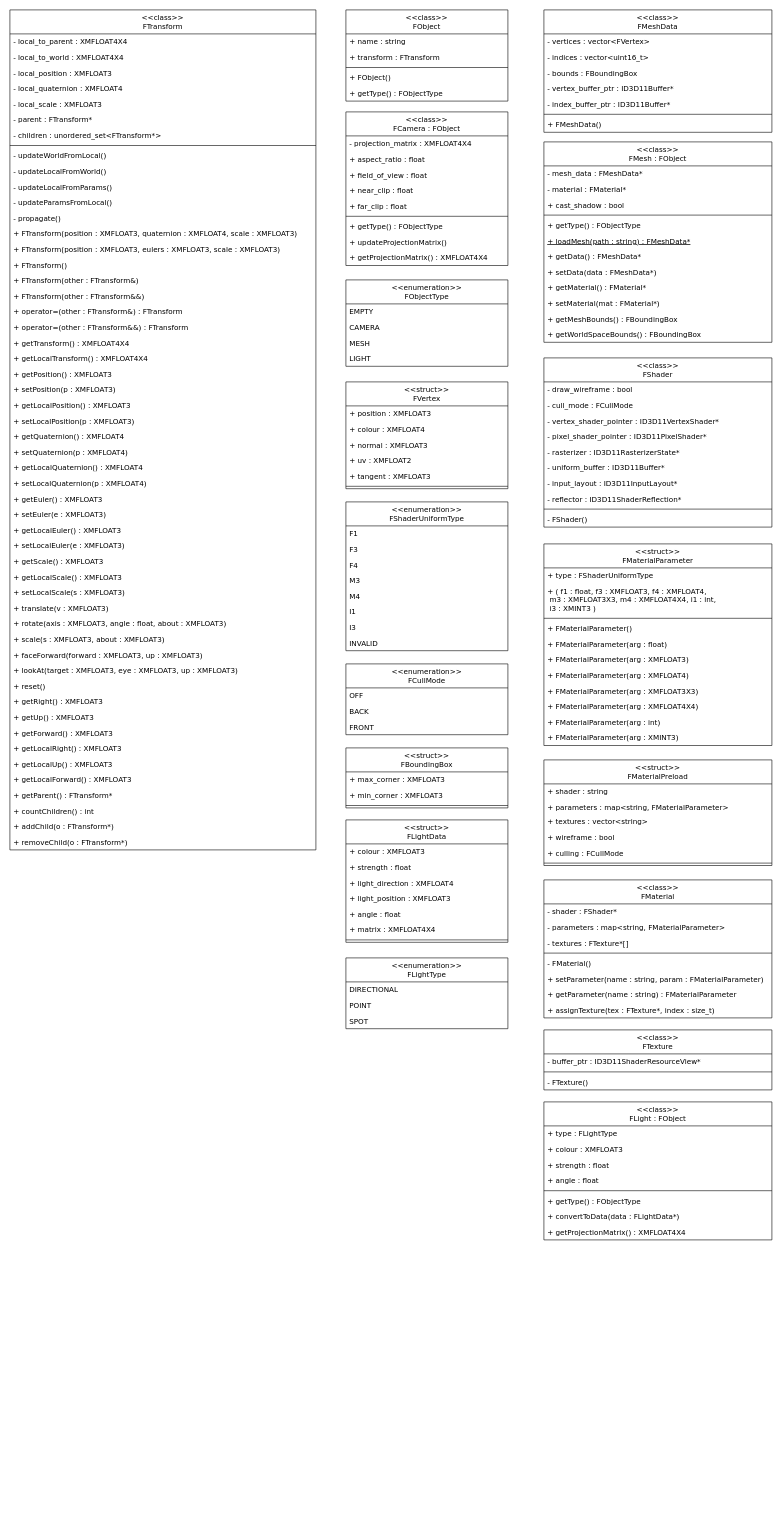
The draw.io diagram UML.drawio in oculometric/framework-renderer, before the edit. Source tidied: cells renumbered, new cells numbered last; positions are measured from the earlier drawing's top-left corner, leaving out a move shared by most shapes. Both pictures are drawn from the tidied source at 60%, with x=0, y=0 at pixel (10, 10).
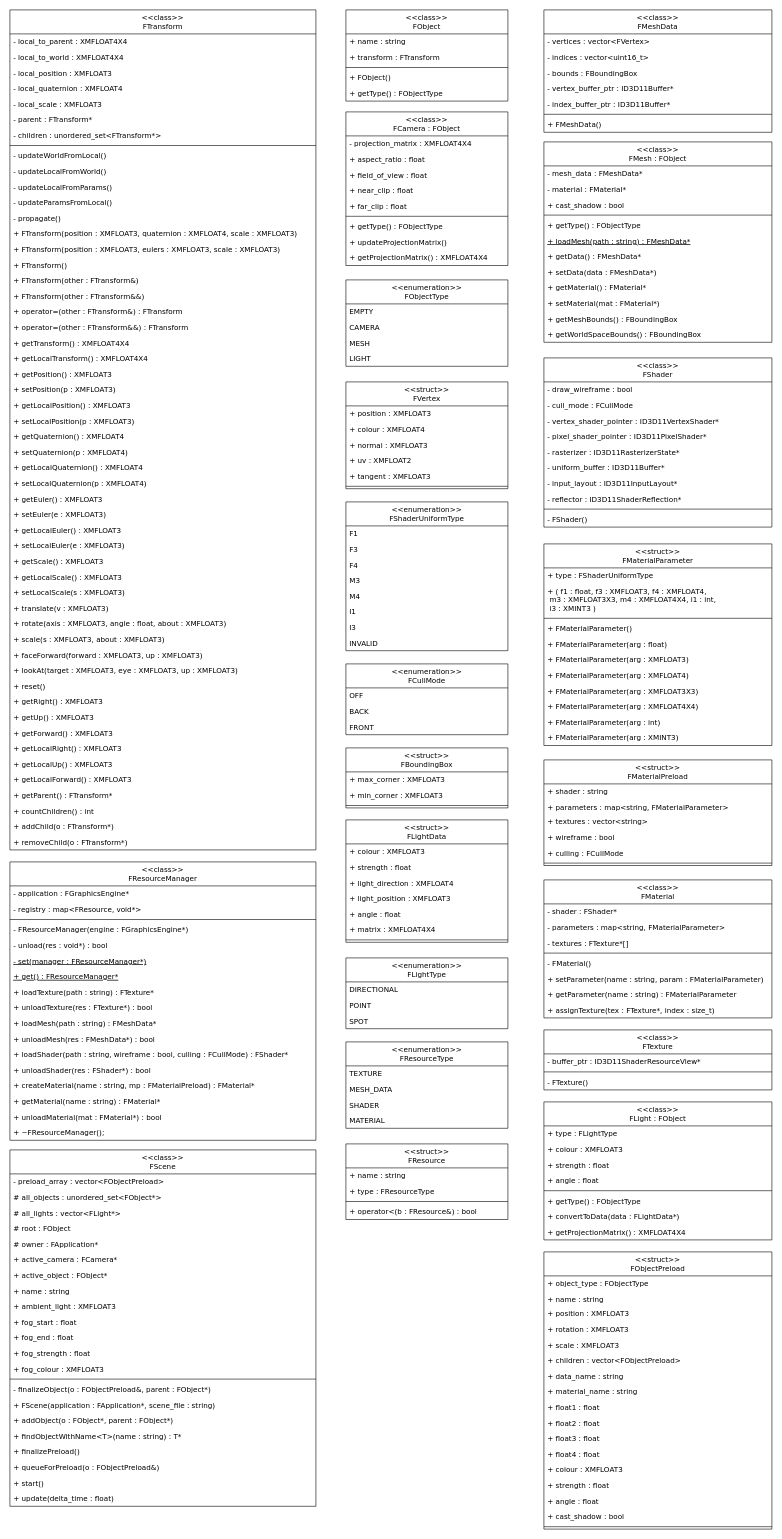
Above is the later version.

Commit message (it also covers changes not shown here):
more work on class diagram

Diff of the diagram source:
```diff
@@
+    <mxCell id="186" value="&lt;&lt;enumeration&gt;&gt;&#10;FResourceType" style="swimlane;fontStyle=0;align=center;verticalAlign=top;horizontal=1;startSize=40;rounded=0;shadow=0;strokeWidth=1;fontFamily=Verdana;" parent="1" vertex="1">
+      <mxGeometry x="560" y="1720" width="270" height="144" as="geometry" />
+    </mxCell>
+    <mxCell id="187" value="TEXTURE" style="text;align=left;verticalAlign=top;spacingLeft=4;spacingRight=4;overflow=hidden;fontFamily=Verdana;" parent="186" vertex="1">
+      <mxGeometry y="40" width="270" height="26" as="geometry" />
+    </mxCell>
+    <mxCell id="188" value="MESH_DATA" style="text;align=left;verticalAlign=top;spacingLeft=4;spacingRight=4;overflow=hidden;rounded=0;shadow=0;html=0;fontFamily=Verdana;" parent="186" vertex="1">
+      <mxGeometry y="66" width="270" height="26" as="geometry" />
+    </mxCell>
+    <mxCell id="189" value="SHADER" style="text;align=left;verticalAlign=top;spacingLeft=4;spacingRight=4;overflow=hidden;fontFamily=Verdana;" parent="186" vertex="1">
+      <mxGeometry y="92" width="270" height="26" as="geometry" />
+    </mxCell>
+    <mxCell id="190" value="MATERIAL" style="text;align=left;verticalAlign=top;spacingLeft=4;spacingRight=4;overflow=hidden;fontFamily=Verdana;" parent="186" vertex="1">
+      <mxGeometry y="118" width="270" height="26" as="geometry" />
+    </mxCell>
+    <mxCell id="191" value="&lt;&lt;struct&gt;&gt;&#10;FResource" style="swimlane;fontStyle=0;align=center;verticalAlign=top;horizontal=1;startSize=40;rounded=0;shadow=0;strokeWidth=1;fontFamily=Verdana;" parent="1" vertex="1">
+      <mxGeometry x="560" y="1890" width="270" height="126" as="geometry" />
+    </mxCell>
+    <mxCell id="192" value="+ name : string" style="text;align=left;verticalAlign=top;spacingLeft=4;spacingRight=4;overflow=hidden;fontFamily=Verdana;" parent="191" vertex="1">
+      <mxGeometry y="40" width="270" height="26" as="geometry" />
+    </mxCell>
+    <mxCell id="193" value="+ type : FResourceType" style="text;align=left;verticalAlign=top;spacingLeft=4;spacingRight=4;overflow=hidden;rounded=0;shadow=0;html=0;fontFamily=Verdana;" parent="191" vertex="1">
+      <mxGeometry y="66" width="270" height="26" as="geometry" />
+    </mxCell>
+    <mxCell id="194" style="line;html=1;strokeWidth=1;align=left;verticalAlign=middle;spacingTop=-1;spacingLeft=3;spacingRight=3;labelPosition=right;fontFamily=Verdana;" parent="191" vertex="1">
+      <mxGeometry y="92" width="270" height="8" as="geometry" />
+    </mxCell>
+    <mxCell id="195" value="+ operator&lt;(b : FResource&amp;) : bool" style="text;align=left;verticalAlign=top;spacingLeft=4;spacingRight=4;overflow=hidden;rounded=0;shadow=0;html=0;fontFamily=Verdana;" parent="191" vertex="1">
+      <mxGeometry y="100" width="270" height="26" as="geometry" />
+    </mxCell>
+    <mxCell id="196" value="&lt;&lt;class&gt;&gt;&#10;FResourceManager" style="swimlane;fontStyle=0;align=center;verticalAlign=top;horizontal=1;startSize=40;rounded=0;shadow=0;strokeWidth=1;fontFamily=Verdana;" parent="1" vertex="1">
+      <mxGeometry y="1420" width="510" height="464" as="geometry" />
+    </mxCell>
+    <mxCell id="197" value="- application : FGraphicsEngine*" style="text;align=left;verticalAlign=top;spacingLeft=4;spacingRight=4;overflow=hidden;fontFamily=Verdana;" parent="196" vertex="1">
+      <mxGeometry y="40" width="510" height="26" as="geometry" />
+    </mxCell>
+    <mxCell id="198" value="- registry : map&lt;FResource, void*&gt;" style="text;align=left;verticalAlign=top;spacingLeft=4;spacingRight=4;overflow=hidden;fontFamily=Verdana;" parent="196" vertex="1">
+      <mxGeometry y="66" width="510" height="26" as="geometry" />
+    </mxCell>
+    <mxCell id="199" style="line;html=1;strokeWidth=1;align=left;verticalAlign=middle;spacingTop=-1;spacingLeft=3;spacingRight=3;labelPosition=right;fontFamily=Verdana;" parent="196" vertex="1">
+      <mxGeometry y="92" width="510" height="8" as="geometry" />
+    </mxCell>
+    <mxCell id="200" value="- FResourceManager(engine : FGraphicsEngine*)" style="text;align=left;verticalAlign=top;spacingLeft=4;spacingRight=4;overflow=hidden;fontFamily=Verdana;" parent="196" vertex="1">
+      <mxGeometry y="100" width="510" height="26" as="geometry" />
+    </mxCell>
+    <mxCell id="201" value="- unload(res : void*) : bool" style="text;align=left;verticalAlign=top;spacingLeft=4;spacingRight=4;overflow=hidden;fontFamily=Verdana;" parent="196" vertex="1">
+      <mxGeometry y="126" width="510" height="26" as="geometry" />
+    </mxCell>
+    <mxCell id="202" value="- set(manager : FResourceManager*)" style="text;align=left;verticalAlign=top;spacingLeft=4;spacingRight=4;overflow=hidden;fontFamily=Verdana;fontStyle=4;" parent="196" vertex="1">
+      <mxGeometry y="152" width="510" height="26" as="geometry" />
+    </mxCell>
+    <mxCell id="203" value="+ get() : FResourceManager*" style="text;align=left;verticalAlign=top;spacingLeft=4;spacingRight=4;overflow=hidden;fontFamily=Verdana;fontStyle=4;" parent="196" vertex="1">
+      <mxGeometry y="178" width="510" height="26" as="geometry" />
+    </mxCell>
+    <mxCell id="204" value="+ loadTexture(path : string) : FTexture*" style="text;align=left;verticalAlign=top;spacingLeft=4;spacingRight=4;overflow=hidden;fontFamily=Verdana;" parent="196" vertex="1">
+      <mxGeometry y="204" width="510" height="26" as="geometry" />
+    </mxCell>
+    <mxCell id="205" value="+ unloadTexture(res : FTexture*) : bool" style="text;align=left;verticalAlign=top;spacingLeft=4;spacingRight=4;overflow=hidden;fontFamily=Verdana;" parent="196" vertex="1">
+      <mxGeometry y="230" width="510" height="26" as="geometry" />
+    </mxCell>
+    <mxCell id="206" value="+ loadMesh(path : string) : FMeshData*" style="text;align=left;verticalAlign=top;spacingLeft=4;spacingRight=4;overflow=hidden;fontFamily=Verdana;" parent="196" vertex="1">
+      <mxGeometry y="256" width="510" height="26" as="geometry" />
+    </mxCell>
+    <mxCell id="207" value="+ unloadMesh(res : FMeshData*) : bool" style="text;align=left;verticalAlign=top;spacingLeft=4;spacingRight=4;overflow=hidden;fontFamily=Verdana;" parent="196" vertex="1">
+      <mxGeometry y="282" width="510" height="26" as="geometry" />
+    </mxCell>
+    <mxCell id="208" value="+ loadShader(path : string, wireframe : bool, culling : FCullMode) : FShader*" style="text;align=left;verticalAlign=top;spacingLeft=4;spacingRight=4;overflow=hidden;fontFamily=Verdana;" parent="196" vertex="1">
+      <mxGeometry y="308" width="510" height="26" as="geometry" />
+    </mxCell>
+    <mxCell id="209" value="+ unloadShader(res : FShader*) : bool" style="text;align=left;verticalAlign=top;spacingLeft=4;spacingRight=4;overflow=hidden;fontFamily=Verdana;" parent="196" vertex="1">
+      <mxGeometry y="334" width="510" height="26" as="geometry" />
+    </mxCell>
+    <mxCell id="210" value="+ createMaterial(name : string, mp : FMaterialPreload) : FMaterial*" style="text;align=left;verticalAlign=top;spacingLeft=4;spacingRight=4;overflow=hidden;fontFamily=Verdana;" parent="196" vertex="1">
+      <mxGeometry y="360" width="510" height="26" as="geometry" />
+    </mxCell>
+    <mxCell id="211" value="+ getMaterial(name : string) : FMaterial*" style="text;align=left;verticalAlign=top;spacingLeft=4;spacingRight=4;overflow=hidden;fontFamily=Verdana;" parent="196" vertex="1">
+      <mxGeometry y="386" width="510" height="26" as="geometry" />
+    </mxCell>
+    <mxCell id="212" value="+ unloadMaterial(mat : FMaterial*) : bool" style="text;align=left;verticalAlign=top;spacingLeft=4;spacingRight=4;overflow=hidden;fontFamily=Verdana;" parent="196" vertex="1">
+      <mxGeometry y="412" width="510" height="26" as="geometry" />
+    </mxCell>
+    <mxCell id="213" value="+ ~FResourceManager();" style="text;align=left;verticalAlign=top;spacingLeft=4;spacingRight=4;overflow=hidden;fontFamily=Verdana;" parent="196" vertex="1">
+      <mxGeometry y="438" width="510" height="26" as="geometry" />
+    </mxCell>
+    <mxCell id="214" value="&lt;&lt;struct&gt;&gt;&#10;FObjectPreload" style="swimlane;fontStyle=0;align=center;verticalAlign=top;horizontal=1;startSize=40;rounded=0;shadow=0;strokeWidth=1;fontFamily=Verdana;" parent="1" vertex="1">
+      <mxGeometry x="890" y="2070" width="380" height="462" as="geometry" />
+    </mxCell>
+    <mxCell id="215" value="+ object_type : FObjectType" style="text;align=left;verticalAlign=top;spacingLeft=4;spacingRight=4;overflow=hidden;fontFamily=Verdana;" parent="214" vertex="1">
+      <mxGeometry y="40" width="380" height="26" as="geometry" />
+    </mxCell>
+    <mxCell id="216" value="+ name : string" style="text;align=left;verticalAlign=top;spacingLeft=4;spacingRight=4;overflow=hidden;rounded=0;shadow=0;html=0;fontFamily=Verdana;" parent="214" vertex="1">
+      <mxGeometry y="66" width="380" height="24" as="geometry" />
+    </mxCell>
+    <mxCell id="217" value="+ position : XMFLOAT3" style="text;align=left;verticalAlign=top;spacingLeft=4;spacingRight=4;overflow=hidden;fontFamily=Verdana;" parent="214" vertex="1">
+      <mxGeometry y="90" width="380" height="26" as="geometry" />
+    </mxCell>
+    <mxCell id="218" value="+ rotation : XMFLOAT3" style="text;align=left;verticalAlign=top;spacingLeft=4;spacingRight=4;overflow=hidden;fontFamily=Verdana;" parent="214" vertex="1">
+      <mxGeometry y="116" width="380" height="26" as="geometry" />
+    </mxCell>
+    <mxCell id="219" value="+ scale : XMFLOAT3" style="text;align=left;verticalAlign=top;spacingLeft=4;spacingRight=4;overflow=hidden;fontFamily=Verdana;" parent="214" vertex="1">
+      <mxGeometry y="142" width="380" height="26" as="geometry" />
+    </mxCell>
+    <mxCell id="220" value="+ children : vector&lt;FObjectPreload&gt;" style="text;align=left;verticalAlign=top;spacingLeft=4;spacingRight=4;overflow=hidden;fontFamily=Verdana;" parent="214" vertex="1">
+      <mxGeometry y="168" width="380" height="26" as="geometry" />
+    </mxCell>
+    <mxCell id="221" value="+ data_name : string" style="text;align=left;verticalAlign=top;spacingLeft=4;spacingRight=4;overflow=hidden;fontFamily=Verdana;" parent="214" vertex="1">
+      <mxGeometry y="194" width="380" height="26" as="geometry" />
+    </mxCell>
+    <mxCell id="222" value="+ material_name : string" style="text;align=left;verticalAlign=top;spacingLeft=4;spacingRight=4;overflow=hidden;fontFamily=Verdana;" parent="214" vertex="1">
+      <mxGeometry y="220" width="380" height="26" as="geometry" />
+    </mxCell>
+    <mxCell id="223" value="+ float1 : float" style="text;align=left;verticalAlign=top;spacingLeft=4;spacingRight=4;overflow=hidden;fontFamily=Verdana;" parent="214" vertex="1">
+      <mxGeometry y="246" width="380" height="26" as="geometry" />
+    </mxCell>
+    <mxCell id="224" value="+ float2 : float" style="text;align=left;verticalAlign=top;spacingLeft=4;spacingRight=4;overflow=hidden;fontFamily=Verdana;" parent="214" vertex="1">
+      <mxGeometry y="272" width="380" height="26" as="geometry" />
+    </mxCell>
+    <mxCell id="225" value="+ float3 : float" style="text;align=left;verticalAlign=top;spacingLeft=4;spacingRight=4;overflow=hidden;fontFamily=Verdana;" parent="214" vertex="1">
+      <mxGeometry y="298" width="380" height="26" as="geometry" />
+    </mxCell>
+    <mxCell id="226" value="+ float4 : float" style="text;align=left;verticalAlign=top;spacingLeft=4;spacingRight=4;overflow=hidden;fontFamily=Verdana;" parent="214" vertex="1">
+      <mxGeometry y="324" width="380" height="26" as="geometry" />
+    </mxCell>
+    <mxCell id="227" value="+ colour : XMFLOAT3" style="text;align=left;verticalAlign=top;spacingLeft=4;spacingRight=4;overflow=hidden;fontFamily=Verdana;" parent="214" vertex="1">
+      <mxGeometry y="350" width="380" height="26" as="geometry" />
+    </mxCell>
+    <mxCell id="228" value="+ strength : float" style="text;align=left;verticalAlign=top;spacingLeft=4;spacingRight=4;overflow=hidden;fontFamily=Verdana;" parent="214" vertex="1">
+      <mxGeometry y="376" width="380" height="26" as="geometry" />
+    </mxCell>
+    <mxCell id="229" value="+ angle : float" style="text;align=left;verticalAlign=top;spacingLeft=4;spacingRight=4;overflow=hidden;fontFamily=Verdana;" parent="214" vertex="1">
+      <mxGeometry y="402" width="380" height="26" as="geometry" />
+    </mxCell>
+    <mxCell id="230" value="+ cast_shadow : bool" style="text;align=left;verticalAlign=top;spacingLeft=4;spacingRight=4;overflow=hidden;fontFamily=Verdana;" parent="214" vertex="1">
+      <mxGeometry y="428" width="380" height="26" as="geometry" />
+    </mxCell>
+    <mxCell id="231" style="line;html=1;strokeWidth=1;align=left;verticalAlign=middle;spacingTop=-1;spacingLeft=3;spacingRight=3;labelPosition=right;fontFamily=Verdana;" parent="214" vertex="1">
+      <mxGeometry y="454" width="380" height="8" as="geometry" />
+    </mxCell>
+    <mxCell id="232" value="&lt;&lt;class&gt;&gt;&#10;FScene" style="swimlane;fontStyle=0;align=center;verticalAlign=top;horizontal=1;startSize=40;rounded=0;shadow=0;strokeWidth=1;fontFamily=Verdana;" parent="1" vertex="1">
+      <mxGeometry y="1900" width="510" height="594" as="geometry" />
+    </mxCell>
+    <mxCell id="233" value="- preload_array : vector&lt;FObjectPreload&gt;" style="text;align=left;verticalAlign=top;spacingLeft=4;spacingRight=4;overflow=hidden;fontFamily=Verdana;" parent="232" vertex="1">
+      <mxGeometry y="40" width="510" height="26" as="geometry" />
+    </mxCell>
+    <mxCell id="234" value="# all_objects : unordered_set&lt;FObject*&gt;" style="text;align=left;verticalAlign=top;spacingLeft=4;spacingRight=4;overflow=hidden;fontFamily=Verdana;" parent="232" vertex="1">
+      <mxGeometry y="66" width="510" height="26" as="geometry" />
+    </mxCell>
+    <mxCell id="235" value="# all_lights : vector&lt;FLight*&gt;" style="text;align=left;verticalAlign=top;spacingLeft=4;spacingRight=4;overflow=hidden;fontFamily=Verdana;" parent="232" vertex="1">
+      <mxGeometry y="92" width="510" height="26" as="geometry" />
+    </mxCell>
+    <mxCell id="236" value="# root : FObject" style="text;align=left;verticalAlign=top;spacingLeft=4;spacingRight=4;overflow=hidden;fontFamily=Verdana;" parent="232" vertex="1">
+      <mxGeometry y="118" width="510" height="26" as="geometry" />
+    </mxCell>
+    <mxCell id="237" value="# owner : FApplication*" style="text;align=left;verticalAlign=top;spacingLeft=4;spacingRight=4;overflow=hidden;fontFamily=Verdana;" parent="232" vertex="1">
+      <mxGeometry y="144" width="510" height="26" as="geometry" />
+    </mxCell>
+    <mxCell id="238" value="+ active_camera : FCamera*" style="text;align=left;verticalAlign=top;spacingLeft=4;spacingRight=4;overflow=hidden;fontFamily=Verdana;" parent="232" vertex="1">
+      <mxGeometry y="170" width="510" height="26" as="geometry" />
+    </mxCell>
+    <mxCell id="239" value="+ active_object : FObject*" style="text;align=left;verticalAlign=top;spacingLeft=4;spacingRight=4;overflow=hidden;fontFamily=Verdana;" parent="232" vertex="1">
+      <mxGeometry y="196" width="510" height="26" as="geometry" />
+    </mxCell>
+    <mxCell id="240" value="+ name : string" style="text;align=left;verticalAlign=top;spacingLeft=4;spacingRight=4;overflow=hidden;fontFamily=Verdana;" parent="232" vertex="1">
+      <mxGeometry y="222" width="510" height="26" as="geometry" />
+    </mxCell>
+    <mxCell id="241" value="+ ambient_light : XMFLOAT3" style="text;align=left;verticalAlign=top;spacingLeft=4;spacingRight=4;overflow=hidden;fontFamily=Verdana;" parent="232" vertex="1">
+      <mxGeometry y="248" width="510" height="26" as="geometry" />
+    </mxCell>
+    <mxCell id="242" value="+ fog_start : float" style="text;align=left;verticalAlign=top;spacingLeft=4;spacingRight=4;overflow=hidden;fontFamily=Verdana;" parent="232" vertex="1">
+      <mxGeometry y="274" width="510" height="26" as="geometry" />
+    </mxCell>
+    <mxCell id="243" value="+ fog_end : float" style="text;align=left;verticalAlign=top;spacingLeft=4;spacingRight=4;overflow=hidden;fontFamily=Verdana;" parent="232" vertex="1">
+      <mxGeometry y="300" width="510" height="26" as="geometry" />
+    </mxCell>
+    <mxCell id="244" value="+ fog_strength : float" style="text;align=left;verticalAlign=top;spacingLeft=4;spacingRight=4;overflow=hidden;fontFamily=Verdana;" parent="232" vertex="1">
+      <mxGeometry y="326" width="510" height="26" as="geometry" />
+    </mxCell>
+    <mxCell id="245" value="+ fog_colour : XMFLOAT3" style="text;align=left;verticalAlign=top;spacingLeft=4;spacingRight=4;overflow=hidden;fontFamily=Verdana;" parent="232" vertex="1">
+      <mxGeometry y="352" width="510" height="26" as="geometry" />
+    </mxCell>
+    <mxCell id="246" style="line;html=1;strokeWidth=1;align=left;verticalAlign=middle;spacingTop=-1;spacingLeft=3;spacingRight=3;labelPosition=right;fontFamily=Verdana;" parent="232" vertex="1">
+      <mxGeometry y="378" width="510" height="8" as="geometry" />
+    </mxCell>
+    <mxCell id="247" value="- finalizeObject(o : FObjectPreload&amp;, parent : FObject*)" style="text;align=left;verticalAlign=top;spacingLeft=4;spacingRight=4;overflow=hidden;fontFamily=Verdana;" parent="232" vertex="1">
+      <mxGeometry y="386" width="510" height="26" as="geometry" />
+    </mxCell>
+    <mxCell id="248" value="+ FScene(application : FApplication*, scene_file : string)" style="text;align=left;verticalAlign=top;spacingLeft=4;spacingRight=4;overflow=hidden;fontFamily=Verdana;" parent="232" vertex="1">
+      <mxGeometry y="412" width="510" height="26" as="geometry" />
+    </mxCell>
+    <mxCell id="249" value="+ addObject(o : FObject*, parent : FObject*)" style="text;align=left;verticalAlign=top;spacingLeft=4;spacingRight=4;overflow=hidden;fontFamily=Verdana;" parent="232" vertex="1">
+      <mxGeometry y="438" width="510" height="26" as="geometry" />
+    </mxCell>
+    <mxCell id="250" value="+ findObjectWithName&lt;T&gt;(name : string) : T*" style="text;align=left;verticalAlign=top;spacingLeft=4;spacingRight=4;overflow=hidden;fontFamily=Verdana;" parent="232" vertex="1">
+      <mxGeometry y="464" width="510" height="26" as="geometry" />
+    </mxCell>
+    <mxCell id="251" value="+ finalizePreload()" style="text;align=left;verticalAlign=top;spacingLeft=4;spacingRight=4;overflow=hidden;fontFamily=Verdana;" parent="232" vertex="1">
+      <mxGeometry y="490" width="510" height="26" as="geometry" />
+    </mxCell>
+    <mxCell id="252" value="+ queueForPreload(o : FObjectPreload&amp;)" style="text;align=left;verticalAlign=top;spacingLeft=4;spacingRight=4;overflow=hidden;fontFamily=Verdana;" parent="232" vertex="1">
+      <mxGeometry y="516" width="510" height="26" as="geometry" />
+    </mxCell>
+    <mxCell id="253" value="+ start()" style="text;align=left;verticalAlign=top;spacingLeft=4;spacingRight=4;overflow=hidden;fontFamily=Verdana;" parent="232" vertex="1">
+      <mxGeometry y="542" width="510" height="26" as="geometry" />
+    </mxCell>
+    <mxCell id="254" value="+ update(delta_time : float)" style="text;align=left;verticalAlign=top;spacingLeft=4;spacingRight=4;overflow=hidden;fontFamily=Verdana;" parent="232" vertex="1">
+      <mxGeometry y="568" width="510" height="26" as="geometry" />
+    </mxCell>
```
